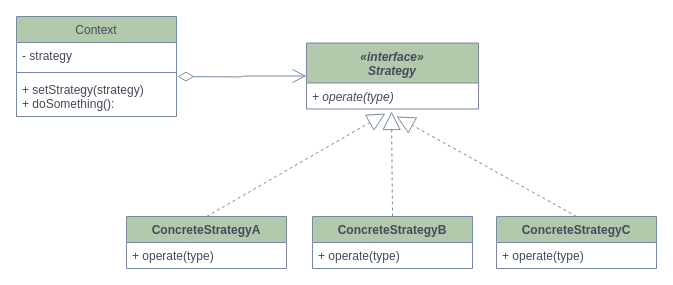
Jstarfish/picBed keeps this draw.io diagram as page "strategy" (1 of 2) of draw.io/design-pattern.drawio. Above is the earlier version. Source tidied: cells renumbered, new cells numbered last; positions are measured from the earlier drawing's top-left corner, leaving out a move shared by most shapes. Both pictures are drawn from the tidied source at 100%, with x=0, y=0 at pixel (16, 16).
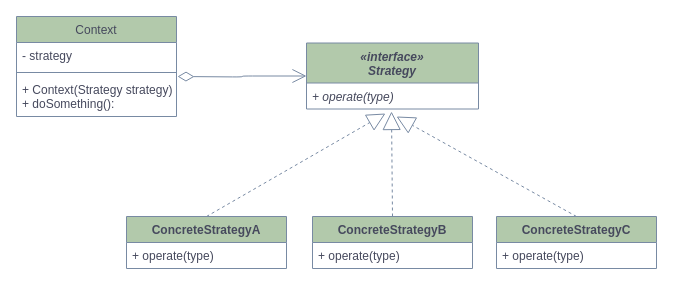
The same diagram, later.

Unchanged cells that the change refers to:
```xml
<mxCell id="2" value="Context" style="swimlane;fontStyle=0;align=center;verticalAlign=top;horizontal=1;startSize=26;rounded=0;shadow=0;strokeWidth=1;fillColor=#B2C9AB;strokeColor=#788AA3;fontColor=#46495D;" parent="1" vertex="1">
  <mxGeometry width="160" height="100" as="geometry" />
</mxCell>
```

Change to the diagram source:
```diff
@@
-    <mxCell id="5" value="+ setStrategy(strategy)&#10;+ doSomething(): " style="text;align=left;verticalAlign=top;spacingLeft=4;spacingRight=4;overflow=hidden;fontColor=#46495D;" parent="2" vertex="1">
+    <mxCell id="5" value="+ Context(Strategy strategy)&#10;+ doSomething(): " style="text;align=left;verticalAlign=top;spacingLeft=4;spacingRight=4;overflow=hidden;fontColor=#46495D;" parent="2" vertex="1">
       <mxGeometry y="60" width="160" height="40" as="geometry" />
     </mxCell>
```
